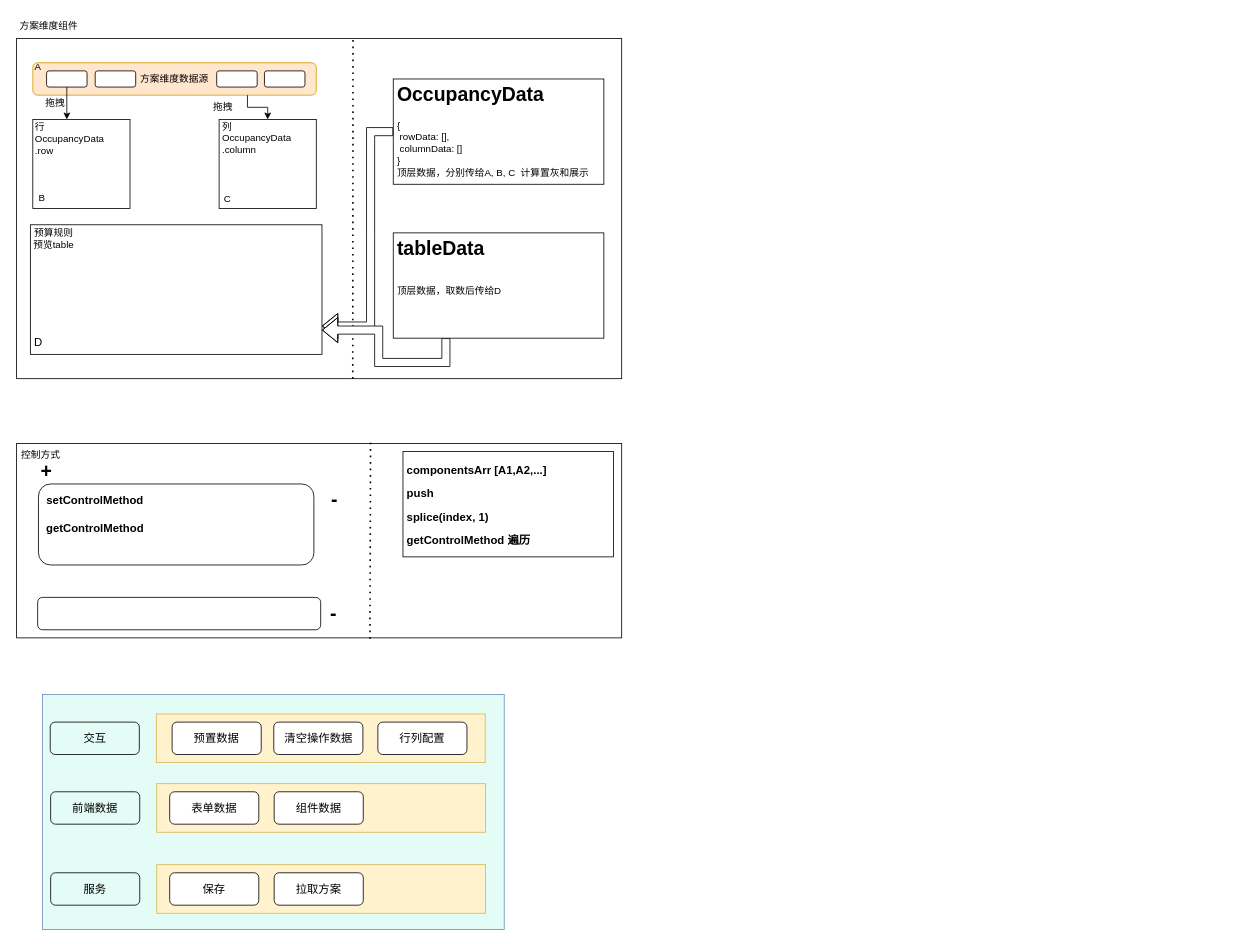
Before: j/budget.drawio in littlelady2015/yctea, a draw.io diagram. Source tidied: cells renumbered, new cells numbered last; positions are measured from the earlier drawing's top-left corner, leaving out a move shared by most shapes. Both pictures are drawn from the tidied source at 81%, with x=0, y=0 at pixel (14, 14).
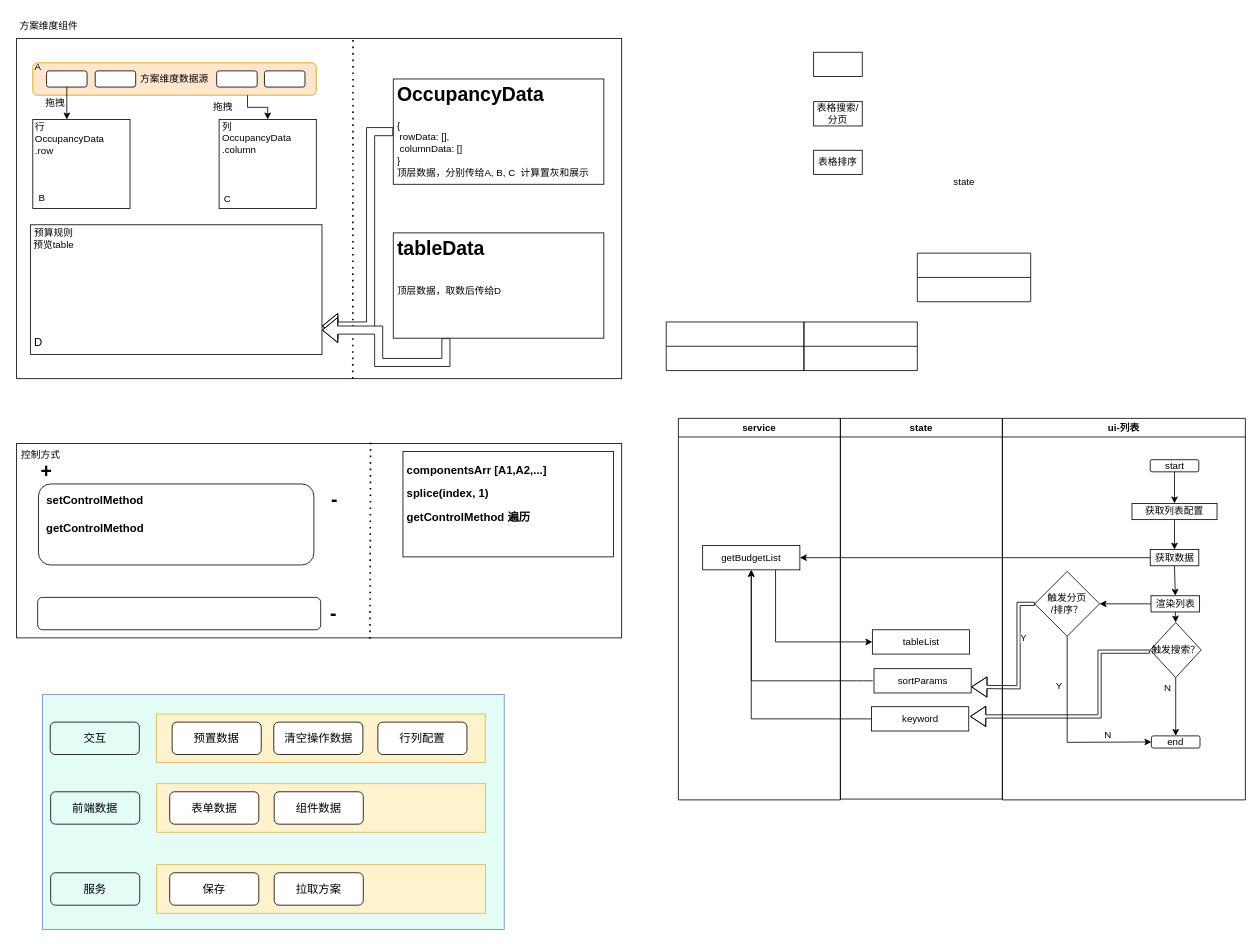
After the change.

Diff of the diagram source:
```diff
@@
-    <mxCell id="34" value="&lt;h1&gt;&lt;span style=&quot;font-size: 14px&quot;&gt;componentsArr [A1,A2,...]&lt;br&gt;push&lt;br&gt;splice(index, 1)&lt;br&gt;getControlMethod 遍历&lt;/span&gt;&lt;/h1&gt;" style="text;html=1;strokeColor=default;fillColor=none;spacing=5;spacingTop=-20;whiteSpace=wrap;overflow=hidden;rounded=0;" parent="1" vertex="1">
+    <mxCell id="34" value="&lt;h1&gt;&lt;span style=&quot;font-size: 14px&quot;&gt;componentsArr [A1,A2,...]&lt;br&gt;splice(index, 1)&lt;br&gt;getControlMethod 遍历&lt;/span&gt;&lt;/h1&gt;" style="text;html=1;strokeColor=default;fillColor=none;spacing=5;spacingTop=-20;whiteSpace=wrap;overflow=hidden;rounded=0;" parent="1" vertex="1">
       <mxGeometry x="480" y="540" width="260" height="130" as="geometry" />
     </mxCell>
@@
+    <mxCell id="58" value="state" style="text;html=1;strokeColor=none;fillColor=none;align=center;verticalAlign=middle;whiteSpace=wrap;rounded=0;" parent="1" vertex="1">
+      <mxGeometry x="1143" y="193" width="60" height="30" as="geometry" />
+    </mxCell>
+    <mxCell id="59" style="text;html=1;strokeColor=default;fillColor=none;align=center;verticalAlign=middle;whiteSpace=wrap;rounded=0;" parent="1" vertex="1">
+      <mxGeometry x="987" y="47" width="60" height="30" as="geometry" />
+    </mxCell>
+    <mxCell id="60" value="表格搜索/分页" style="text;html=1;strokeColor=default;fillColor=none;align=center;verticalAlign=middle;whiteSpace=wrap;rounded=0;" parent="1" vertex="1">
+      <mxGeometry x="987" y="108" width="60" height="30" as="geometry" />
+    </mxCell>
+    <mxCell id="61" value="表格排序" style="text;html=1;strokeColor=default;fillColor=none;align=center;verticalAlign=middle;whiteSpace=wrap;rounded=0;" parent="1" vertex="1">
+      <mxGeometry x="987" y="168" width="60" height="30" as="geometry" />
+    </mxCell>
+    <mxCell id="62" style="swimlane;fontStyle=0;horizontal=1;startSize=30;strokeColor=default;fillColor=none;" parent="1" vertex="1">
+      <mxGeometry x="805" y="380" width="170" height="60" as="geometry" />
+    </mxCell>
+    <mxCell id="63" style="swimlane;fontStyle=0;horizontal=1;startSize=30;strokeColor=default;fillColor=none;" parent="1" vertex="1">
+      <mxGeometry x="975" y="380" width="140" height="60" as="geometry" />
+    </mxCell>
+    <mxCell id="64" style="swimlane;fontStyle=0;horizontal=1;startSize=30;strokeColor=default;fillColor=none;" parent="1" vertex="1">
+      <mxGeometry x="1115" y="295" width="140" height="60" as="geometry" />
+    </mxCell>
+    <mxCell id="65" value="service" style="swimlane;strokeColor=default;fillColor=none;" parent="1" vertex="1">
+      <mxGeometry x="820" y="499" width="200" height="471" as="geometry" />
+    </mxCell>
+    <mxCell id="66" value="&lt;span style=&quot;text-align: left&quot;&gt;getBudgetList&lt;/span&gt;" style="whiteSpace=wrap;html=1;strokeColor=default;fillColor=none;" parent="65" vertex="1">
+      <mxGeometry x="30" y="157" width="120" height="30" as="geometry" />
+    </mxCell>
+    <mxCell id="67" style="edgeStyle=orthogonalEdgeStyle;rounded=0;orthogonalLoop=1;jettySize=auto;html=1;exitX=0.5;exitY=1;exitDx=0;exitDy=0;" parent="65" edge="1" source="66" target="66">
+      <mxGeometry relative="1" as="geometry" />
+    </mxCell>
+    <mxCell id="68" value="ui-列表" style="swimlane;strokeColor=default;fillColor=none;" parent="1" vertex="1">
+      <mxGeometry x="1220" y="499" width="300" height="471" as="geometry" />
+    </mxCell>
+    <mxCell id="69" value="start" style="rounded=1;whiteSpace=wrap;html=1;strokeColor=default;fillColor=none;" parent="68" vertex="1">
+      <mxGeometry x="182.5" y="51" width="60" height="15" as="geometry" />
+    </mxCell>
+    <mxCell id="70" value="获取数据" style="rounded=0;whiteSpace=wrap;html=1;strokeColor=default;fillColor=none;" parent="68" vertex="1">
+      <mxGeometry x="182.5" y="162" width="60" height="20" as="geometry" />
+    </mxCell>
+    <mxCell id="71" value="渲染列表" style="rounded=0;whiteSpace=wrap;html=1;strokeColor=default;fillColor=none;" parent="68" vertex="1">
+      <mxGeometry x="183.5" y="219" width="60" height="20" as="geometry" />
+    </mxCell>
+    <mxCell id="72" style="edgeStyle=orthogonalEdgeStyle;rounded=0;jettySize=auto;html=1;exitX=0.5;exitY=1;exitDx=0;exitDy=0;entryX=0.5;entryY=0;entryDx=0;entryDy=0;" parent="68" edge="1" source="73" target="75">
+      <mxGeometry relative="1" as="geometry" />
+    </mxCell>
+    <mxCell id="73" value="触发搜索？" style="rhombus;whiteSpace=wrap;html=1;strokeColor=default;fillColor=none;" parent="68" vertex="1">
+      <mxGeometry x="182.5" y="252" width="63" height="68" as="geometry" />
+    </mxCell>
+    <mxCell id="74" value="触发分页&lt;br&gt;/排序？" style="rhombus;whiteSpace=wrap;html=1;strokeColor=default;fillColor=none;" parent="68" vertex="1">
+      <mxGeometry x="40" y="189" width="80" height="80" as="geometry" />
+    </mxCell>
+    <mxCell id="75" value="end" style="rounded=1;whiteSpace=wrap;html=1;strokeColor=default;fillColor=none;" parent="68" vertex="1">
+      <mxGeometry x="184" y="392" width="60" height="15" as="geometry" />
+    </mxCell>
+    <mxCell id="76" value="获取列表配置" style="rounded=0;whiteSpace=wrap;html=1;strokeColor=default;fillColor=none;" parent="68" vertex="1">
+      <mxGeometry x="160" y="105" width="105" height="20" as="geometry" />
+    </mxCell>
+    <mxCell id="77" style="endArrow=classic;html=1;rounded=0;exitX=0.5;exitY=1;exitDx=0;exitDy=0;entryX=0.5;entryY=0;entryDx=0;entryDy=0;" parent="68" edge="1" source="69" target="76">
+      <mxGeometry relative="1" as="geometry" />
+    </mxCell>
+    <mxCell id="78" style="endArrow=classic;html=1;rounded=0;exitX=0.5;exitY=1;exitDx=0;exitDy=0;entryX=0.5;entryY=0;entryDx=0;entryDy=0;" parent="68" edge="1" source="76" target="70">
+      <mxGeometry relative="1" as="geometry" />
+    </mxCell>
+    <mxCell id="79" style="endArrow=classic;html=1;rounded=0;exitX=0.5;exitY=1;exitDx=0;exitDy=0;entryX=0.5;entryY=0;entryDx=0;entryDy=0;" parent="68" edge="1" source="70" target="71">
+      <mxGeometry relative="1" as="geometry" />
+    </mxCell>
+    <mxCell id="80" style="endArrow=classic;html=1;rounded=0;exitX=0.5;exitY=1;exitDx=0;exitDy=0;entryX=0.5;entryY=0;entryDx=0;entryDy=0;" parent="68" edge="1" source="71" target="73">
+      <mxGeometry relative="1" as="geometry" />
+    </mxCell>
+    <mxCell id="81" style="endArrow=classic;html=1;rounded=0;exitX=0;exitY=0.5;exitDx=0;exitDy=0;entryX=1;entryY=0.5;entryDx=0;entryDy=0;" parent="68" edge="1" source="71" target="74">
+      <mxGeometry relative="1" as="geometry" />
+    </mxCell>
+    <mxCell id="82" style="endArrow=classic;html=1;rounded=0;exitX=0.5;exitY=1;exitDx=0;exitDy=0;entryX=0;entryY=0.5;entryDx=0;entryDy=0;" parent="68" edge="1" source="74" target="75">
+      <mxGeometry relative="1" as="geometry">
+        <Array as="points">
+          <mxPoint x="80" y="400" />
+        </Array>
+      </mxGeometry>
+    </mxCell>
+    <mxCell id="83" value="N" style="text;html=1;align=center;verticalAlign=middle;strokeColor=none;fillColor=none;" parent="1" vertex="1">
+      <mxGeometry x="1414" y="822" width="20" height="20" as="geometry" />
+    </mxCell>
+    <mxCell id="84" value="state" style="swimlane;strokeColor=default;fillColor=none;" parent="1" vertex="1">
+      <mxGeometry x="1020" y="499" width="200" height="470" as="geometry" />
+    </mxCell>
+    <mxCell id="85" value="&lt;span style=&quot;text-align: left&quot;&gt;tableList&lt;/span&gt;" style="whiteSpace=wrap;html=1;strokeColor=default;fillColor=none;" parent="84" vertex="1">
+      <mxGeometry x="39.5" y="261" width="120" height="30" as="geometry" />
+    </mxCell>
+    <mxCell id="86" style="edgeStyle=orthogonalEdgeStyle;rounded=0;orthogonalLoop=1;jettySize=auto;html=1;exitX=0.5;exitY=1;exitDx=0;exitDy=0;" parent="84" edge="1" source="85" target="85">
+      <mxGeometry relative="1" as="geometry" />
+    </mxCell>
+    <mxCell id="87" value="&lt;span style=&quot;text-align: left&quot;&gt;sortParams&lt;/span&gt;" style="whiteSpace=wrap;html=1;strokeColor=default;fillColor=none;" parent="84" vertex="1">
+      <mxGeometry x="41.5" y="309" width="120" height="30" as="geometry" />
+    </mxCell>
+    <mxCell id="88" value="&lt;span style=&quot;text-align: left&quot;&gt;keyword&lt;/span&gt;" style="whiteSpace=wrap;html=1;strokeColor=default;fillColor=none;" parent="84" vertex="1">
+      <mxGeometry x="38.5" y="356" width="120" height="30" as="geometry" />
+    </mxCell>
+    <mxCell id="89" style="endArrow=classic;html=1;rounded=0;exitX=0;exitY=0.5;exitDx=0;exitDy=0;entryX=1;entryY=0.5;entryDx=0;entryDy=0;" parent="1" edge="1" source="70" target="66">
+      <mxGeometry relative="1" as="geometry" />
+    </mxCell>
+    <mxCell id="90" style="shape=flexArrow;endArrow=classic;html=1;rounded=0;width=4;" parent="1" edge="1">
+      <mxGeometry relative="1" as="geometry">
+        <mxPoint x="1402" y="787" as="sourcePoint" />
+        <mxPoint x="1180" y="867" as="targetPoint" />
+        <Array as="points">
+          <mxPoint x="1340" y="787" />
+          <mxPoint x="1340" y="867" />
+        </Array>
+      </mxGeometry>
+    </mxCell>
+    <mxCell id="91" value="Y" style="text;html=1;align=center;verticalAlign=middle;strokeColor=none;fillColor=none;" parent="1" vertex="1">
+      <mxGeometry x="1280" y="820" width="20" height="20" as="geometry" />
+    </mxCell>
+    <mxCell id="92" style="shape=flexArrow;endArrow=classic;html=1;rounded=0;exitX=0;exitY=0.5;exitDx=0;exitDy=0;entryX=1;entryY=0.75;entryDx=0;entryDy=0;width=4;" parent="1" edge="1" source="74" target="87">
+      <mxGeometry relative="1" as="geometry">
+        <Array as="points">
+          <mxPoint x="1240" y="728" />
+          <mxPoint x="1240" y="831" />
+        </Array>
+      </mxGeometry>
+    </mxCell>
+    <mxCell id="93" value="Y" style="edgeLabel;html=1;align=center;verticalAlign=middle;" parent="92" vertex="1">
+      <mxGeometry x="-0.33" y="5" relative="1" as="geometry" />
+    </mxCell>
+    <mxCell id="94" value="N" style="text;html=1;align=center;verticalAlign=middle;strokeColor=none;fillColor=none;" parent="1" vertex="1">
+      <mxGeometry x="1340" y="880" width="20" height="20" as="geometry" />
+    </mxCell>
+    <mxCell id="95" style="endArrow=classic;html=1;rounded=0;entryX=0.5;entryY=1;entryDx=0;entryDy=0;" parent="1" edge="1" target="66">
+      <mxGeometry relative="1" as="geometry">
+        <mxPoint x="1060" y="823" as="sourcePoint" />
+        <Array as="points">
+          <mxPoint x="1040" y="823" />
+          <mxPoint x="910" y="823" />
+        </Array>
+      </mxGeometry>
+    </mxCell>
+    <mxCell id="96" style="endArrow=classic;html=1;rounded=0;exitX=0;exitY=0.5;exitDx=0;exitDy=0;entryX=0.5;entryY=1;entryDx=0;entryDy=0;" parent="1" edge="1" source="88" target="66">
+      <mxGeometry relative="1" as="geometry">
+        <Array as="points">
+          <mxPoint x="910" y="870" />
+        </Array>
+      </mxGeometry>
+    </mxCell>
+    <mxCell id="97" style="endArrow=classic;html=1;rounded=0;exitX=0.75;exitY=1;exitDx=0;exitDy=0;entryX=0;entryY=0.5;entryDx=0;entryDy=0;" parent="1" edge="1" source="66" target="85">
+      <mxGeometry relative="1" as="geometry">
+        <Array as="points">
+          <mxPoint x="940" y="775" />
+        </Array>
+      </mxGeometry>
+    </mxCell>
```
